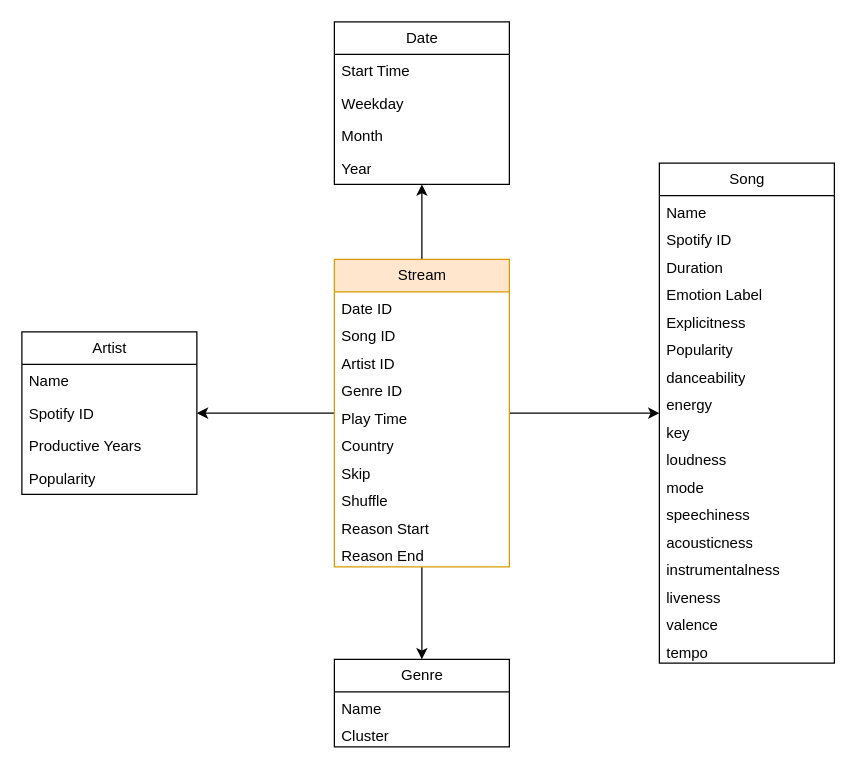
The draw.io diagram schema.drawio in marcosefritose/spotilyze, before the edit. Source tidied: cells renumbered, new cells numbered last; positions are measured from the earlier drawing's top-left corner, leaving out a move shared by most shapes. Both pictures are drawn from the tidied source at 125%, with x=0, y=0 at pixel (21, 21).
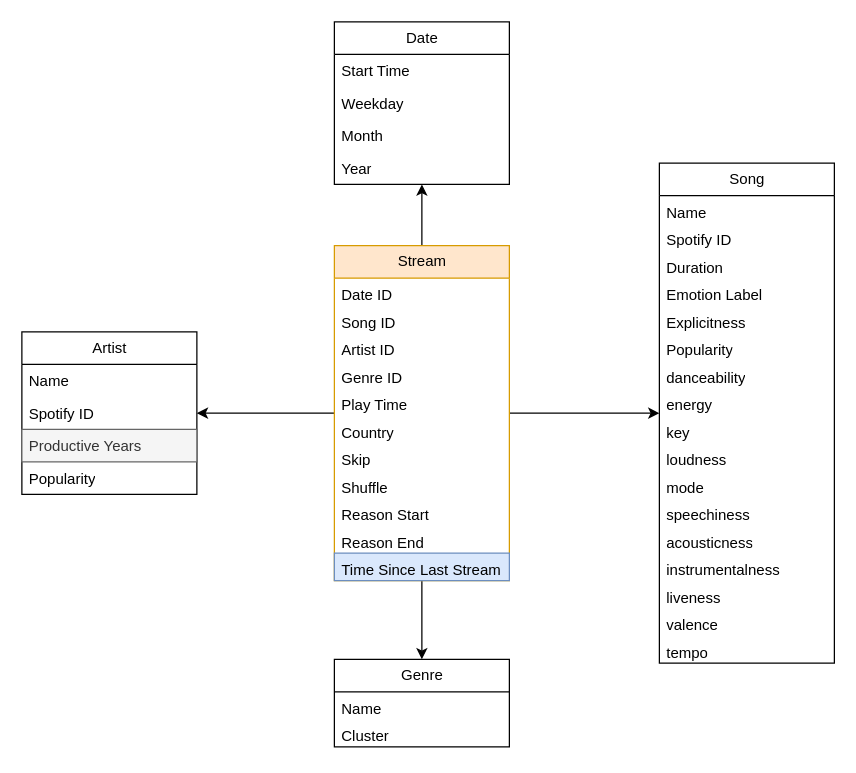
The same diagram, later.

Unchanged cells that the change refers to:
```xml
<mxCell id="2" value="Artist" style="swimlane;fontStyle=0;horizontal=1;startSize=26;fillColor=none;html=1;" parent="1" vertex="1">
  <mxGeometry y="248" width="140" height="130" as="geometry" />
</mxCell>
```

Change to the diagram source:
```diff
@@
-    <mxCell id="5" value="Productive Years" style="text;strokeColor=none;fillColor=none;align=left;verticalAlign=top;spacingLeft=4;spacingRight=4;overflow=hidden;whiteSpace=wrap;html=1;" parent="2" vertex="1">
+    <mxCell id="5" value="Productive Years" style="text;strokeColor=#666666;fillColor=#f5f5f5;align=left;verticalAlign=top;spacingLeft=4;spacingRight=4;overflow=hidden;whiteSpace=wrap;html=1;fontColor=#333333;" parent="2" vertex="1">
       <mxGeometry y="78" width="140" height="26" as="geometry" />
     </mxCell>
@@
     <mxCell id="32" value="Stream" style="swimlane;fontStyle=0;horizontal=1;startSize=26;fillColor=#ffe6cc;html=1;strokeColor=#d79b00;" parent="1" vertex="1">
-      <mxGeometry x="250" y="190" width="140" height="246" as="geometry" />
+      <mxGeometry x="250" y="179" width="140" height="268" as="geometry" />
     </mxCell>
@@
+    <mxCell id="48" value="Time Since Last Stream" style="text;strokeColor=#6c8ebf;fillColor=#dae8fc;align=left;verticalAlign=top;spacingLeft=4;spacingRight=4;overflow=hidden;whiteSpace=wrap;html=1;" parent="32" vertex="1">
+      <mxGeometry y="246" width="140" height="22" as="geometry" />
+    </mxCell>
```
